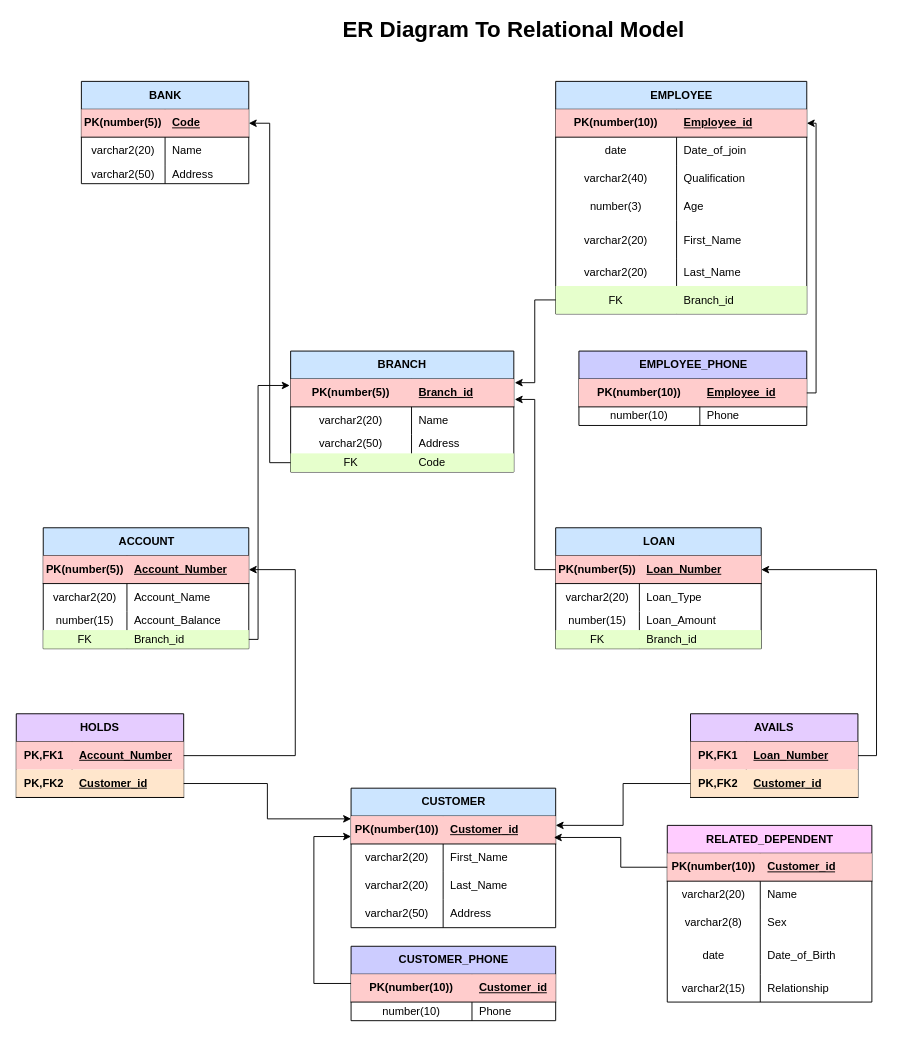
This is page "Page-2" (2 of 2) of Relational_model_from_ER_Diagram.drawio from Anurag404OpenSourceRules/Bank-Management-System-ERD, a draw.io file, before an edit. Source tidied: cells renumbered, new cells numbered last; positions are measured from the earlier drawing's top-left corner, leaving out a move shared by most shapes. Both pictures are drawn from the tidied source at 93%, with x=0, y=0 at pixel (16, 16).
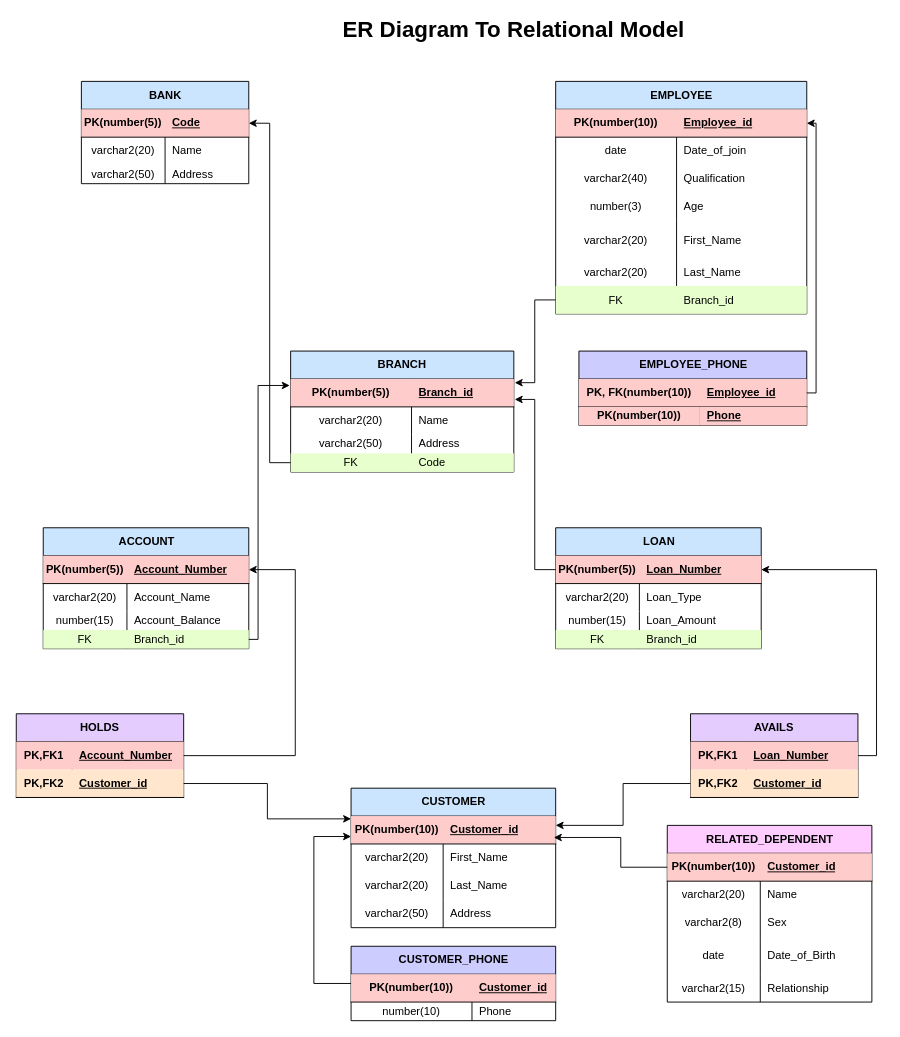
After the change.

Commit message:
added foreign key in the employee_table

Unchanged cells that the change refers to:
```xml
<mxCell id="49" style="shape=tableRow;horizontal=0;startSize=0;swimlaneHead=0;swimlaneBody=0;fillColor=#FFCCCC;points=[[0,0.5],[1,0.5]];portConstraint=eastwest;top=0;left=0;right=0;bottom=1;" parent="48" vertex="1">
  <mxGeometry y="30" width="245" height="30" as="geometry" />
</mxCell>
<mxCell id="52" style="shape=tableRow;horizontal=0;startSize=0;swimlaneHead=0;swimlaneBody=0;fillColor=none;top=0;left=0;right=0;bottom=0;" parent="48" vertex="1">
  <mxGeometry y="60" width="245" height="20" as="geometry" />
</mxCell>
```

What changed in the source:
```diff
@@
-    <mxCell id="50" value="PK(number(10))" style="shape=partialRectangle;fillColor=none;top=0;left=0;bottom=0;right=0;fontStyle=1;overflow=hidden;whiteSpace=wrap;html=1;" parent="49" vertex="1">
+    <mxCell id="50" value="PK, FK(number(10))" style="shape=partialRectangle;fillColor=none;top=0;left=0;bottom=0;right=0;fontStyle=1;overflow=hidden;whiteSpace=wrap;html=1;" parent="49" vertex="1">
       <mxGeometry width="130" height="30" as="geometry" />
     </mxCell>
@@
-    <mxCell id="53" value="number(10)" style="shape=partialRectangle;fillColor=none;top=0;left=0;bottom=0;right=0;overflow=hidden;whiteSpace=wrap;html=1;" parent="52" vertex="1">
+    <mxCell id="53" value="&lt;b&gt;PK(number(10))&lt;/b&gt;" style="shape=partialRectangle;fillColor=#FFCCCC;top=0;left=0;bottom=0;right=0;overflow=hidden;whiteSpace=wrap;html=1;" parent="52" vertex="1">
       <mxGeometry width="130" height="20" as="geometry" />
     </mxCell>
-    <mxCell id="54" value="Phone" style="shape=partialRectangle;fillColor=none;top=0;left=0;bottom=0;right=0;align=left;spacingLeft=6;overflow=hidden;whiteSpace=wrap;html=1;" parent="52" vertex="1">
+    <mxCell id="54" value="&lt;b&gt;&lt;u&gt;Phone&lt;/u&gt;&lt;/b&gt;" style="shape=partialRectangle;fillColor=#FFCCCC;top=0;left=0;bottom=0;right=0;align=left;spacingLeft=6;overflow=hidden;whiteSpace=wrap;html=1;" parent="52" vertex="1">
       <mxGeometry x="130" width="115" height="20" as="geometry" />
     </mxCell>
```
